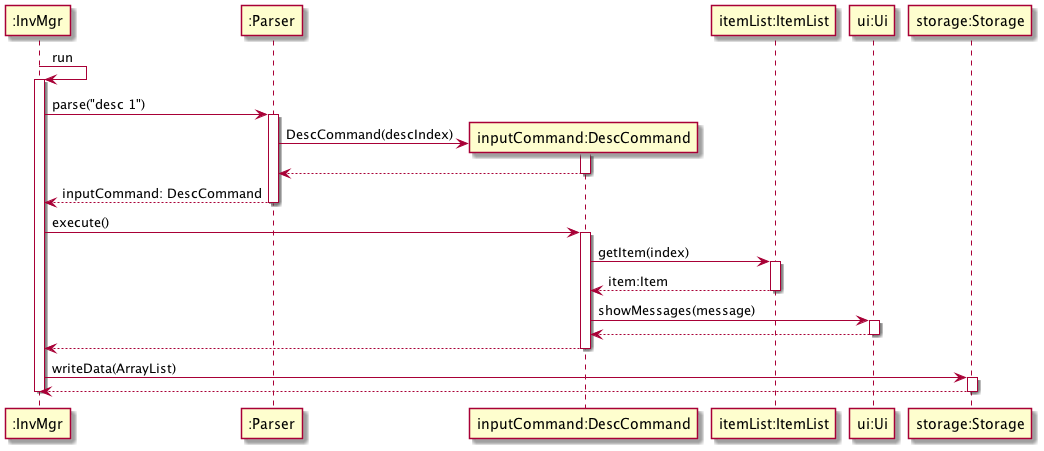
Earlier version of the PlantUML export docs/img/DescCommandSequenceDiagram.png (nus-cs2113-AY2122S2/tp). The source it was exported from:
```plantuml
@startuml

Participant ":InvMgr" as InvMgr
Participant ":Parser" as Parser
Participant "inputCommand:DescCommand" as DescCommand
Participant "itemList:ItemList" as ItemList
Participant "ui:Ui" as Ui
Participant "storage:Storage" as Storage

InvMgr -> InvMgr: run
activate InvMgr
    InvMgr -> Parser: parse("desc 1")
    activate Parser
        create DescCommand
        Parser -> DescCommand: DescCommand(descIndex)
        activate DescCommand
            return

        return inputCommand: DescCommand

    InvMgr -> DescCommand: execute()
    activate DescCommand
        DescCommand -> ItemList: getItem(index)
        activate ItemList
            return item:Item

        DescCommand -> Ui: showMessages(message)
        activate Ui
            return

        return

    InvMgr -> Storage: writeData(ArrayList)
    activate Storage
        return

deactivate InvMgr

@enduml
```
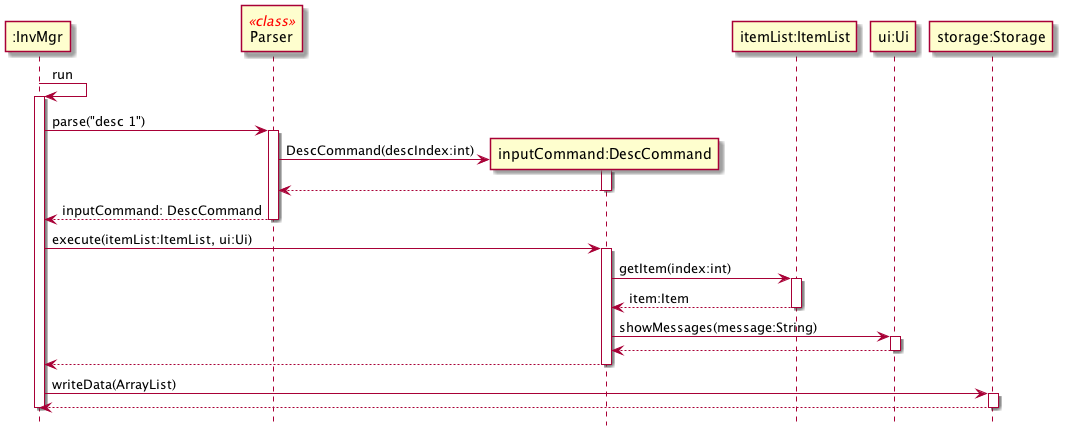
After the change.

Commit message:
Update DescCommandSequenceDiagram to remove footbox for standardization

Change to the diagram source:
```diff
@@ -1,7 +1,9 @@
 @startuml
+hide footbox
+skinparam sequenceStereotypeFontColor red
 
 Participant ":InvMgr" as InvMgr
-Participant ":Parser" as Parser
+Participant "Parser" as Parser <<class>>
 Participant "inputCommand:DescCommand" as DescCommand
 Participant "itemList:ItemList" as ItemList
 Participant "ui:Ui" as Ui
@@ -12,19 +14,19 @@
     InvMgr -> Parser: parse("desc 1")
     activate Parser
         create DescCommand
-        Parser -> DescCommand: DescCommand(descIndex)
+        Parser -> DescCommand: DescCommand(descIndex:int)
         activate DescCommand
             return
 
         return inputCommand: DescCommand
 
-    InvMgr -> DescCommand: execute()
+    InvMgr -> DescCommand: execute(itemList:ItemList, ui:Ui)
     activate DescCommand
-        DescCommand -> ItemList: getItem(index)
+        DescCommand -> ItemList: getItem(index:int)
         activate ItemList
             return item:Item
 
-        DescCommand -> Ui: showMessages(message)
+        DescCommand -> Ui: showMessages(message:String)
         activate Ui
             return
 
```
